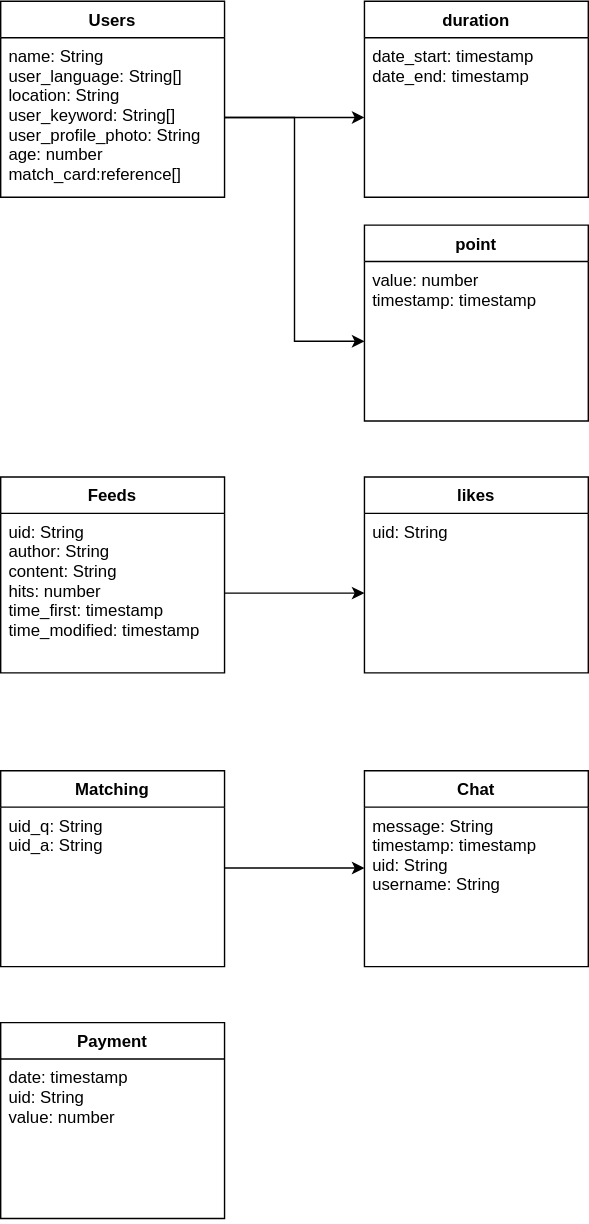
Before: DB/Diagram.svg, a diagram exported from draw.io (vsc0705/TripGuide_SW). Source tidied: cells renumbered, new cells last; positions are measured from the earlier drawing's top-left corner, leaving out a move shared by most shapes.
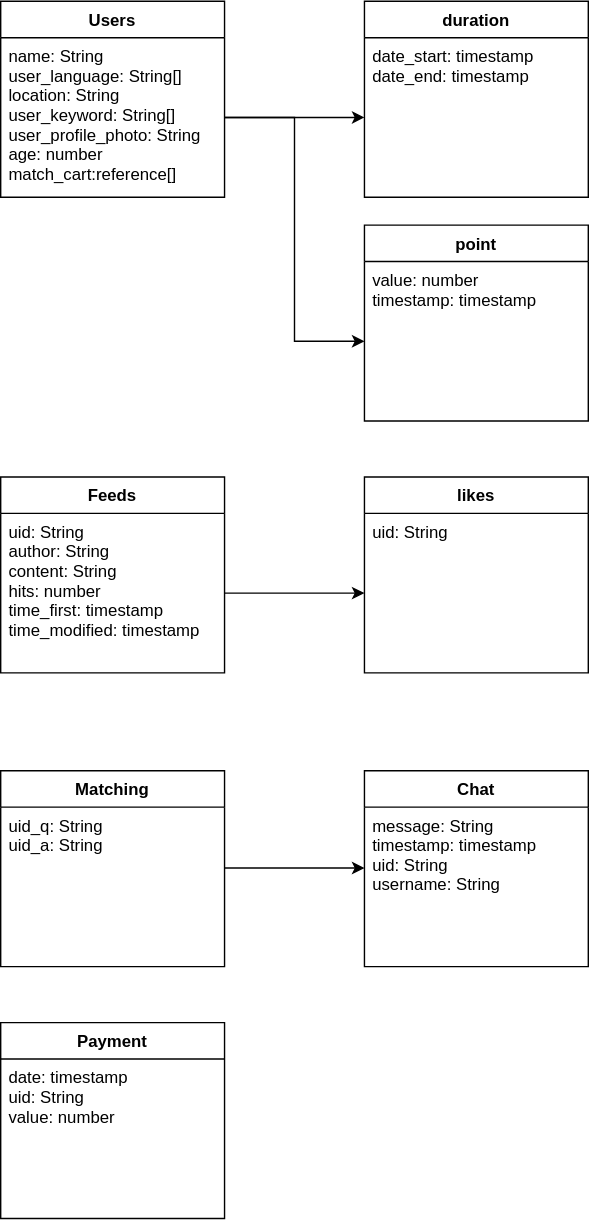
The same file after the commit.

What changed in the source:
```diff
@@ -5,7 +5,7 @@
     <mxCell id="2" value="Users" style="swimlane;fontStyle=1;align=center;verticalAlign=top;horizontal=1;startSize=26;" parent="1" vertex="1">
       <mxGeometry width="160" height="140" as="geometry" />
     </mxCell>
-    <mxCell id="3" value="name: String&#10;user_language: String[]&#10;location: String&#10;user_keyword: String[]&#10;user_profile_photo: String&#10;age: number&#10;match_card:reference[]&#10;" style="text;strokeColor=none;fillColor=none;align=left;verticalAlign=top;spacingLeft=4;spacingRight=4;overflow=hidden;points=[[0,0.5],[1,0.5]];portConstraint=eastwest;" parent="2" vertex="1">
+    <mxCell id="3" value="name: String&#10;user_language: String[]&#10;location: String&#10;user_keyword: String[]&#10;user_profile_photo: String&#10;age: number&#10;match_cart:reference[]&#10;" style="text;strokeColor=none;fillColor=none;align=left;verticalAlign=top;spacingLeft=4;spacingRight=4;overflow=hidden;points=[[0,0.5],[1,0.5]];portConstraint=eastwest;" parent="2" vertex="1">
       <mxGeometry y="26" width="160" height="114" as="geometry" />
     </mxCell>
     <mxCell id="4" value="Feeds" style="swimlane;fontStyle=1;align=center;verticalAlign=top;horizontal=1;startSize=26;" parent="1" vertex="1">
```
